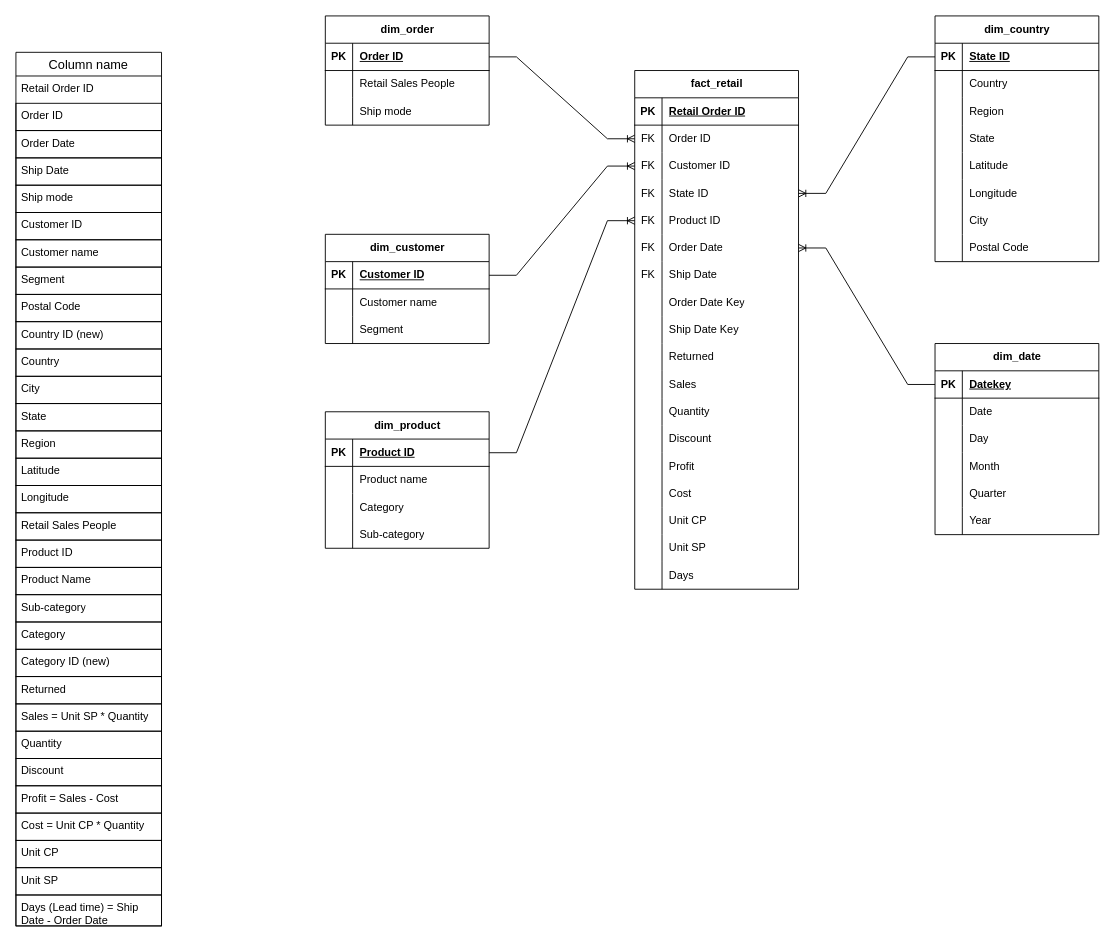
Before: Supply Chain & Sales performance/Data schema.drawio in leduckie/supplychainproject, a draw.io diagram. Source tidied: cells renumbered, new cells numbered last; positions are measured from the earlier drawing's top-left corner, leaving out a move shared by most shapes. Both pictures are drawn from the tidied source at 91%, with x=0, y=0 at pixel (15, 15).
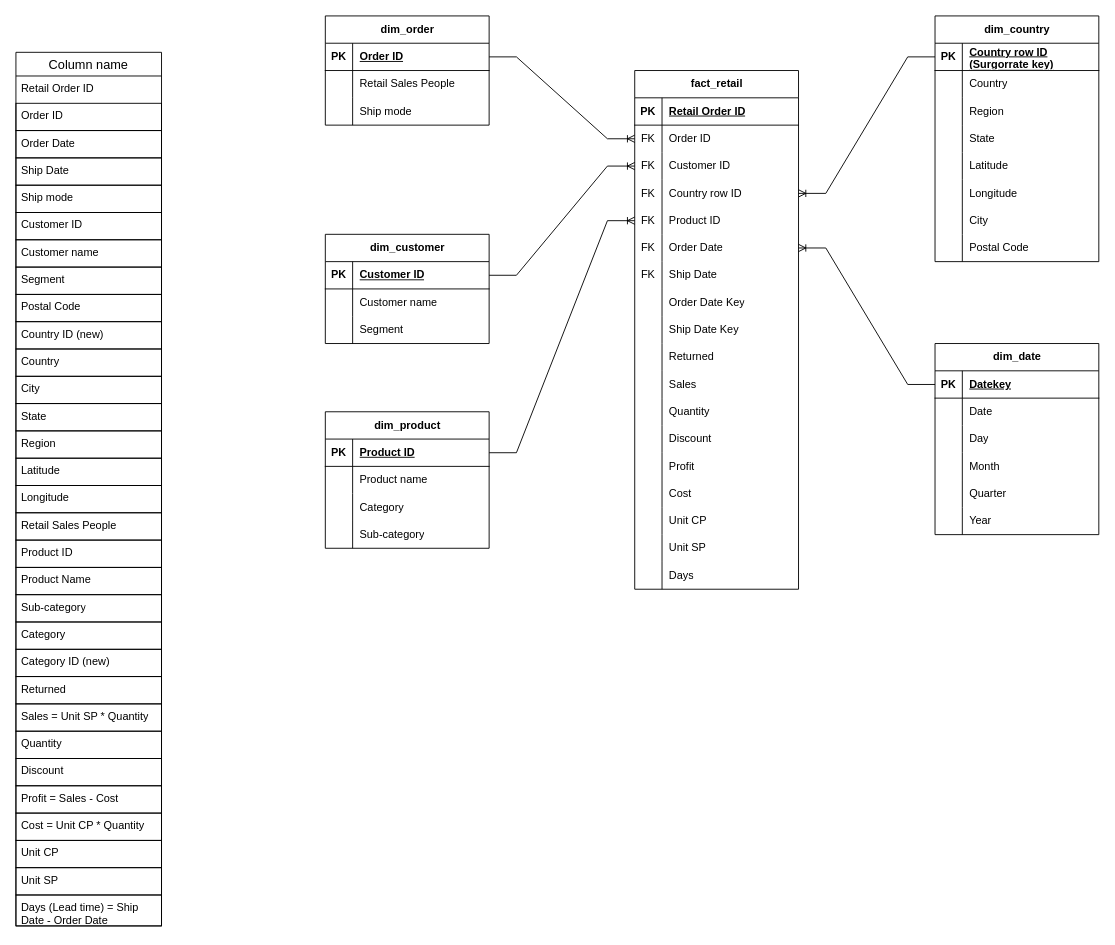
The same diagram, later.

Commit message:
Cập nhật Data schema.drawio

The change refers to these unchanged cells:
```xml
<mxCell id="44" style="shape=tableRow;horizontal=0;startSize=0;swimlaneHead=0;swimlaneBody=0;fillColor=none;points=[[0,0.5],[1,0.5]];portConstraint=eastwest;top=0;left=0;right=0;bottom=0;" parent="34" vertex="1">
  <mxGeometry y="120" width="180" height="30" as="geometry" />
</mxCell>
<mxCell id="110" style="shape=tableRow;horizontal=0;startSize=0;swimlaneHead=0;swimlaneBody=0;fillColor=none;points=[[0,0.5],[1,0.5]];portConstraint=eastwest;top=0;left=0;right=0;bottom=1;" parent="109" vertex="1">
  <mxGeometry y="30" width="180" height="30" as="geometry" />
</mxCell>
```

The edit, as a diff of the source:
```diff
@@
-    <mxCell id="46" value="State ID" style="shape=partialRectangle;fillColor=none;top=0;left=0;bottom=0;right=0;align=left;spacingLeft=6;overflow=hidden;whiteSpace=wrap;html=1;" parent="44" vertex="1">
+    <mxCell id="46" value="Country row ID" style="shape=partialRectangle;fillColor=none;top=0;left=0;bottom=0;right=0;align=left;spacingLeft=6;overflow=hidden;whiteSpace=wrap;html=1;" parent="44" vertex="1">
       <mxGeometry x="30" width="150" height="30" as="geometry" />
     </mxCell>
@@
-    <mxCell id="112" value="State ID" style="shape=partialRectangle;fillColor=none;top=0;left=0;bottom=0;right=0;align=left;spacingLeft=6;fontStyle=5;overflow=hidden;whiteSpace=wrap;html=1;" parent="110" vertex="1">
+    <mxCell id="112" value="Country row ID (Surgorrate key)" style="shape=partialRectangle;fillColor=none;top=0;left=0;bottom=0;right=0;align=left;spacingLeft=6;fontStyle=5;overflow=hidden;whiteSpace=wrap;html=1;" parent="110" vertex="1">
       <mxGeometry x="30" width="150" height="30" as="geometry" />
     </mxCell>
```
